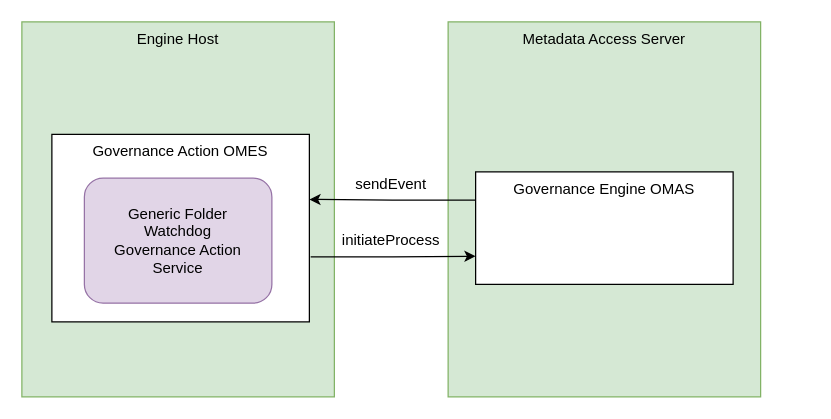
The draw.io diagram page "generic-folder-watchdog-governance-action-service" (13 of 17) of site/docs/connectors/connector-catalog.drawio in odpi/egeria-docs, before the edit. Source tidied: cells renumbered, new cells numbered last; positions are measured from the earlier drawing's top-left corner, leaving out a move shared by most shapes. Both pictures are drawn from the tidied source at 125%, with x=0, y=0 at pixel (21, 21).
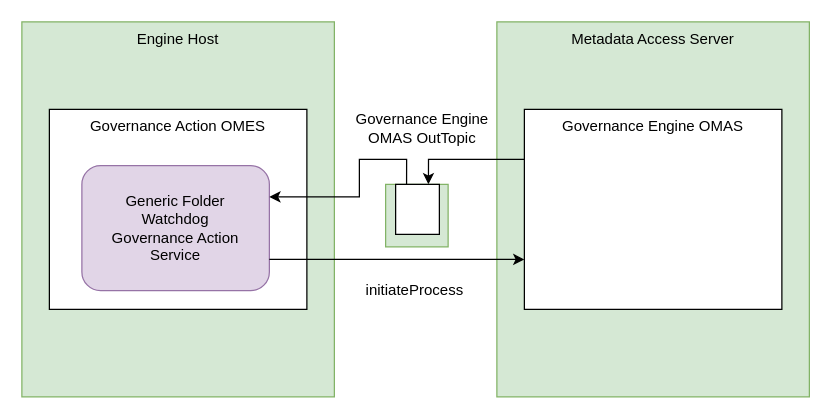
The same diagram, later.

Diff of the diagram source:
```diff
@@
 <mxGraphModel>
   <root>
     <mxCell id="0" />
     <mxCell id="1" parent="0" />
     <mxCell id="2" value="Engine Host" style="rounded=0;whiteSpace=wrap;html=1;verticalAlign=top;fillColor=#d5e8d4;strokeColor=#82b366;" parent="1" vertex="1">
       <mxGeometry width="250" height="300" as="geometry" />
     </mxCell>
     <mxCell id="3" value="Governance Action OMES" style="rounded=0;whiteSpace=wrap;html=1;verticalAlign=top;" parent="1" vertex="1">
-      <mxGeometry x="24" y="90" width="206" height="150" as="geometry" />
+      <mxGeometry x="22" y="70" width="206" height="160" as="geometry" />
     </mxCell>
     <mxCell id="4" value="Generic Folder&lt;br&gt;Watchdog&lt;br&gt;Governance Action&lt;br&gt;Service" style="rounded=1;whiteSpace=wrap;html=1;fillColor=#e1d5e7;strokeColor=#9673a6;" parent="1" vertex="1">
-      <mxGeometry x="50" y="125" width="150" height="100" as="geometry" />
+      <mxGeometry x="48" y="115" width="150" height="100" as="geometry" />
     </mxCell>
     <mxCell id="5" value="Metadata Access Server" style="rounded=0;whiteSpace=wrap;html=1;verticalAlign=top;fillColor=#d5e8d4;strokeColor=#82b366;" parent="1" vertex="1">
-      <mxGeometry x="341" width="250" height="300" as="geometry" />
+      <mxGeometry x="380" width="250" height="300" as="geometry" />
     </mxCell>
-    <mxCell id="6" style="edgeStyle=orthogonalEdgeStyle;rounded=0;jettySize=auto;html=1;exitX=0;exitY=0.25;exitDx=0;exitDy=0;entryX=1;entryY=0.347;entryDx=0;entryDy=0;entryPerimeter=0;" parent="1" edge="1" source="7" target="3">
-      <mxGeometry relative="1" as="geometry" />
-    </mxCell>
     <mxCell id="7" value="Governance Engine OMAS" style="rounded=0;whiteSpace=wrap;html=1;verticalAlign=top;" parent="1" vertex="1">
-      <mxGeometry x="363" y="120" width="206" height="90" as="geometry" />
+      <mxGeometry x="402" y="70" width="206" height="160" as="geometry" />
     </mxCell>
-    <mxCell id="8" style="edgeStyle=orthogonalEdgeStyle;rounded=0;jettySize=auto;html=1;entryX=0;entryY=0.75;entryDx=0;entryDy=0;exitX=1.005;exitY=0.653;exitDx=0;exitDy=0;exitPerimeter=0;" parent="1" edge="1" source="3" target="7">
+    <mxCell id="8" style="edgeStyle=orthogonalEdgeStyle;rounded=0;jettySize=auto;html=1;entryX=0;entryY=0.75;entryDx=0;entryDy=0;exitX=1;exitY=0.75;exitDx=0;exitDy=0;" parent="1" edge="1" source="4" target="7">
       <mxGeometry relative="1" as="geometry" />
     </mxCell>
     <mxCell id="9" value="initiateProcess" style="text;html=1;align=center;verticalAlign=middle;" parent="1" vertex="1">
-      <mxGeometry x="250" y="165" width="90" height="20" as="geometry" />
+      <mxGeometry x="269" y="205" width="90" height="20" as="geometry" />
     </mxCell>
-    <mxCell id="10" value="sendEvent" style="text;html=1;align=center;verticalAlign=middle;" parent="1" vertex="1">
-      <mxGeometry x="260" y="120" width="70" height="20" as="geometry" />
-    </mxCell>
+    <mxCell id="11" style="edgeStyle=orthogonalEdgeStyle;rounded=0;sketch=0;jettySize=auto;html=1;exitX=0;exitY=0.25;exitDx=0;exitDy=0;entryX=0.75;entryY=0;entryDx=0;entryDy=0;shadow=0;startArrow=none;startFill=0;" parent="1" edge="1" source="7" target="15">
+      <mxGeometry relative="1" as="geometry">
+        <Array as="points">
+          <mxPoint x="325" y="110" />
+        </Array>
+      </mxGeometry>
+    </mxCell>
+    <mxCell id="12" value="Governance Engine&lt;br&gt;OMAS OutTopic" style="text;html=1;align=center;verticalAlign=middle;strokeColor=none;fontSize=12;fontFamily=Helvetica;fontColor=#000000;" parent="1" vertex="1">
+      <mxGeometry x="260" y="70" width="120" height="30" as="geometry" />
+    </mxCell>
+    <mxCell id="13" style="rounded=0;whiteSpace=wrap;html=1;fontFamily=Helvetica;fontSize=12;align=center;fillColor=#d5e8d4;strokeColor=#82b366;" parent="1" vertex="1">
+      <mxGeometry x="291" y="130" width="50" height="50" as="geometry" />
+    </mxCell>
+    <mxCell id="14" style="edgeStyle=orthogonalEdgeStyle;rounded=0;jettySize=auto;html=1;exitX=0.25;exitY=0;exitDx=0;exitDy=0;entryX=1;entryY=0.25;entryDx=0;entryDy=0;startArrow=none;startFill=0;" parent="1" edge="1" source="15" target="4">
+      <mxGeometry relative="1" as="geometry">
+        <Array as="points">
+          <mxPoint x="308" y="110" />
+          <mxPoint x="270" y="110" />
+          <mxPoint x="270" y="140" />
+        </Array>
+      </mxGeometry>
+    </mxCell>
+    <mxCell id="15" style="rounded=0;whiteSpace=wrap;html=1;fontFamily=Helvetica;fontSize=12;fontColor=#000000;align=center;" parent="1" vertex="1">
+      <mxGeometry x="299" y="130" width="35" height="40" as="geometry" />
+    </mxCell>
   </root>
 </mxGraphModel>
```
